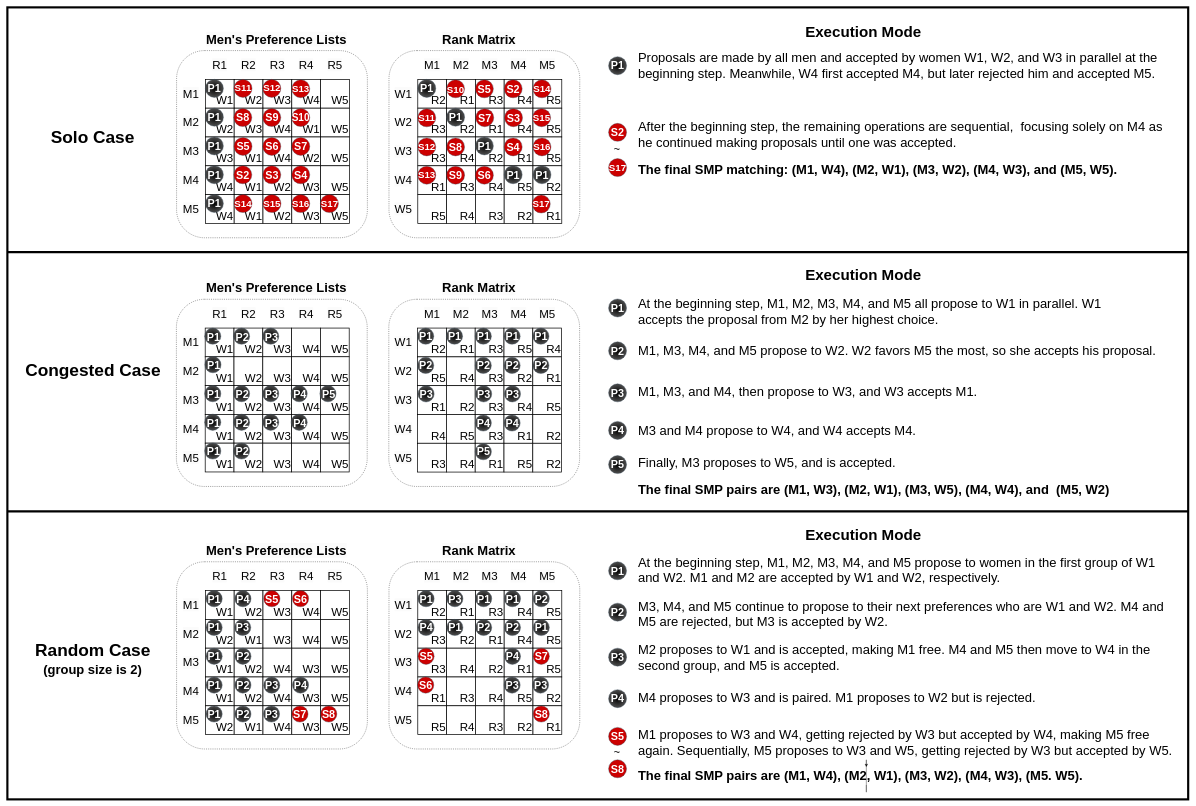
The draw.io diagram 3Workloads.drawio in victorliu-sq/BambooSMP-Figures, before the edit. Source tidied: cells renumbered, new cells numbered last; positions are measured from the earlier drawing's top-left corner, leaving out a move shared by most shapes. Both pictures are drawn from the tidied source at 36%, with x=0, y=0 at pixel (7, 7).
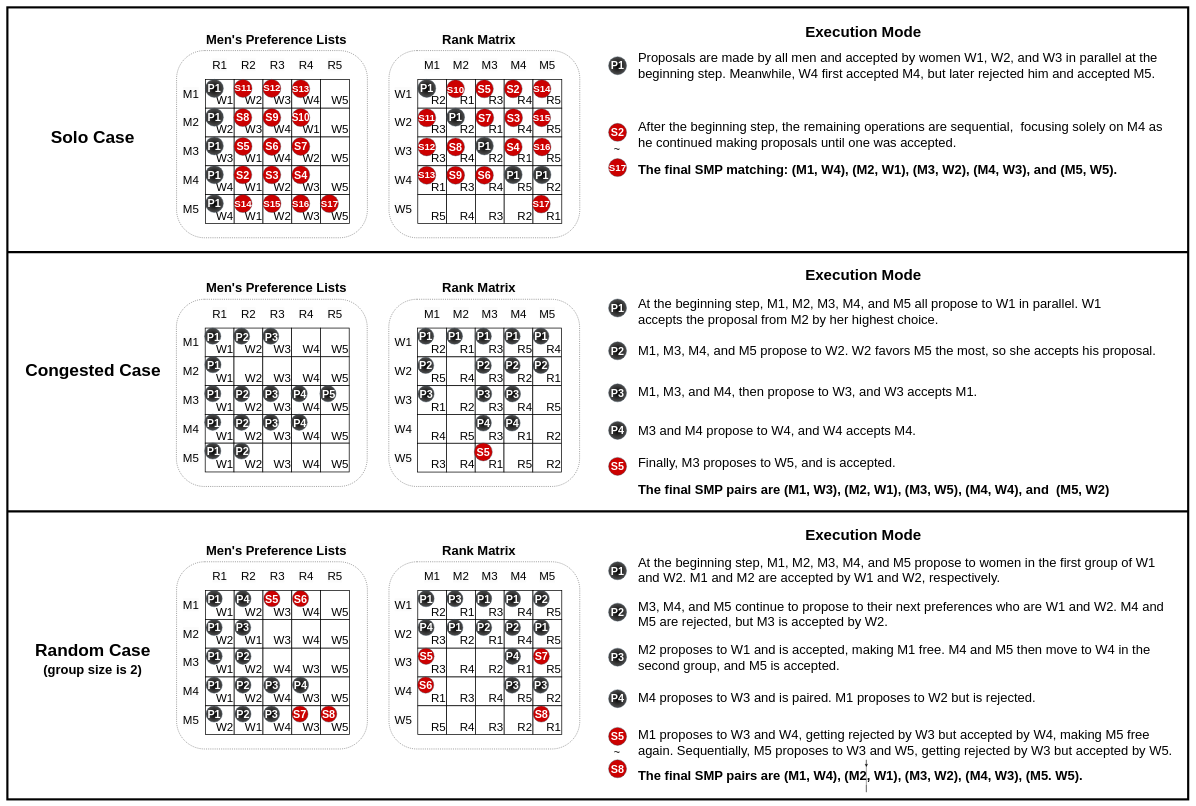
The same page after the edit.

Change to the diagram source:
```diff
@@
-    <mxCell id="38" value="P5" style="ellipse;whiteSpace=wrap;html=1;strokeColor=#314354;align=center;verticalAlign=middle;fontFamily=Helvetica;fontSize=30;fillColor=#000000;fontColor=#ffffff;fillStyle=solid;strokeWidth=1;fontStyle=1;gradientColor=#4D4D4D;gradientDirection=radial;" parent="1" vertex="1">
-      <mxGeometry x="1670" y="1245" width="50" height="50" as="geometry" />
-    </mxCell>
@@
-    <mxCell id="262" value="P5" style="ellipse;whiteSpace=wrap;html=1;strokeColor=#314354;align=center;verticalAlign=middle;fontFamily=Helvetica;fontSize=30;fillColor=#000000;fontColor=#ffffff;fillStyle=solid;strokeWidth=1;fontStyle=1;gradientColor=#4D4D4D;gradientDirection=radial;" parent="1" vertex="1">
-      <mxGeometry x="1299.5" y="1211.8" width="45" height="45" as="geometry" />
-    </mxCell>
@@
+    <mxCell id="372" value="S5" style="ellipse;whiteSpace=wrap;html=1;strokeColor=#314354;align=center;verticalAlign=middle;fontFamily=Helvetica;fontSize=30;fillColor=#CC0000;fontColor=#ffffff;fontStyle=1;" parent="1" vertex="1">
+      <mxGeometry x="1297" y="1209.8" width="50" height="50" as="geometry" />
+    </mxCell>
+    <mxCell id="373" value="S5" style="ellipse;whiteSpace=wrap;html=1;strokeColor=#314354;align=center;verticalAlign=middle;fontFamily=Helvetica;fontSize=30;fillColor=#CC0000;fontColor=#ffffff;fontStyle=1;" parent="1" vertex="1">
+      <mxGeometry x="1670" y="1250" width="50" height="50" as="geometry" />
+    </mxCell>
```
